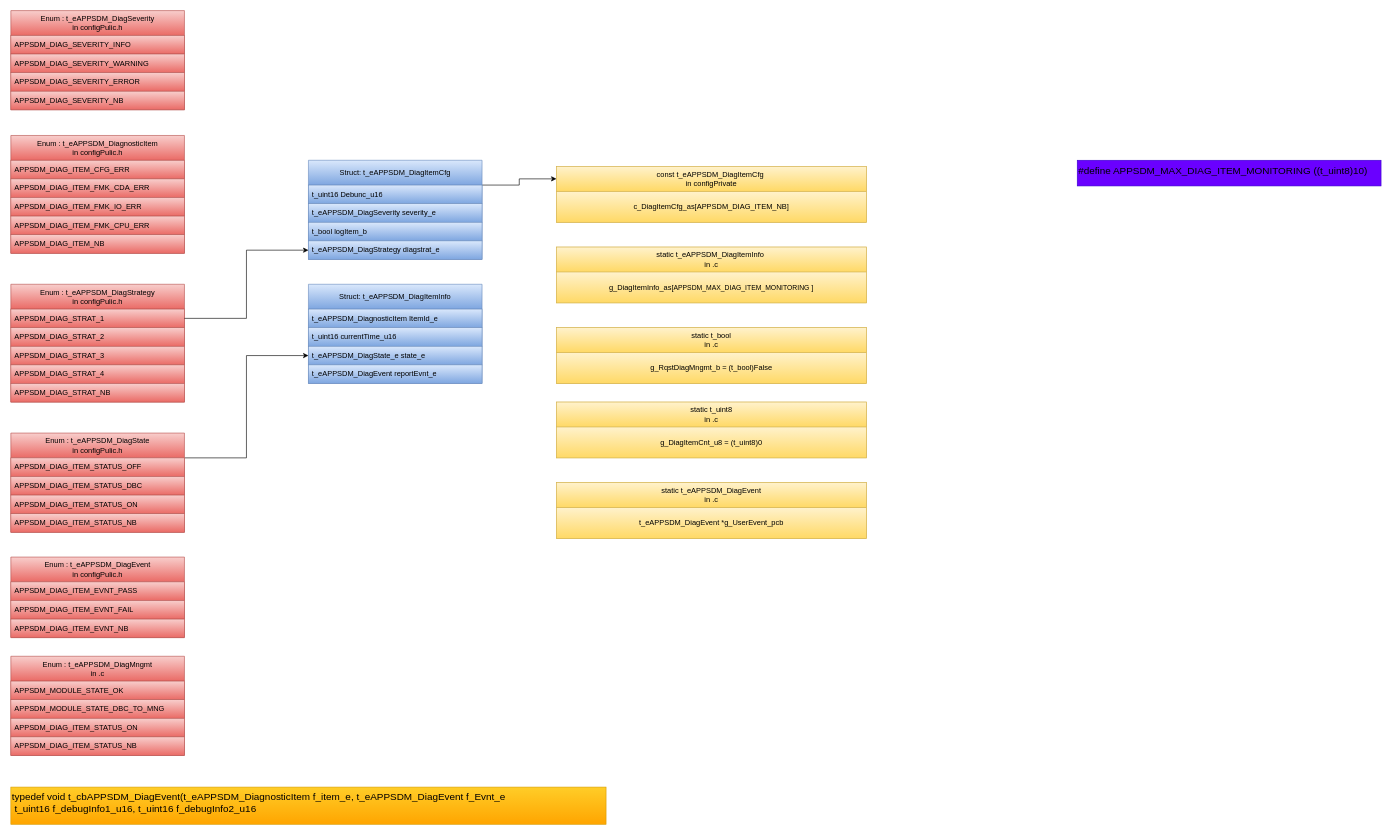
This is page "Type" (1 of 9) of src/3_APP/APP_CTRL/APP_SDM/Doc/Design/SystemDiagnosticMngmt.drawio from mbarbeau0545/PickersRobotPOC, a draw.io file, before an edit. Source tidied: cells renumbered, new cells numbered last; positions are measured from the earlier drawing's top-left corner, leaving out a move shared by most shapes. Both pictures are drawn from the tidied source at 62%, with x=0, y=0 at pixel (11, 11).
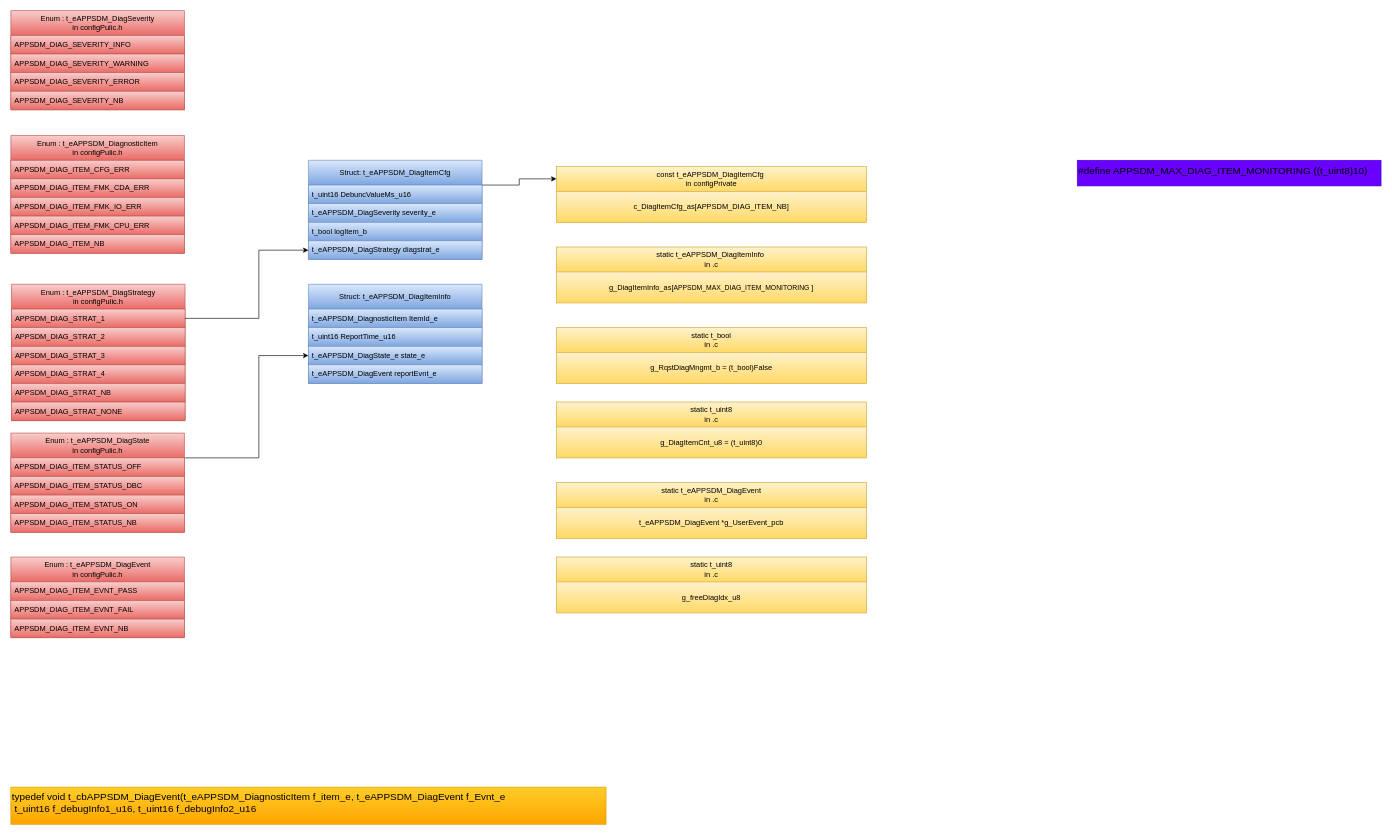
After the change.

The change refers to these unchanged cells:
```xml
<mxCell id="9" value="Struct: t_eAPPSDM_DiagItemCfg" style="swimlane;fontStyle=0;horizontal=1;startSize=40;whiteSpace=wrap;html=1;fillColor=#dae8fc;gradientColor=#7ea6e0;strokeColor=#6c8ebf;fontColor=#000000;" parent="1" vertex="1">
  <mxGeometry x="480" y="241" width="280" height="160" as="geometry" />
</mxCell>
<mxCell id="13" value="&lt;span style=&quot;text-align: center;&quot;&gt;t_eAPPSDM_DiagStrategy diagstrat_e&lt;/span&gt;" style="text;strokeColor=#6c8ebf;fillColor=#dae8fc;align=left;verticalAlign=middle;spacingLeft=4;spacingRight=4;overflow=hidden;points=[[0,0.5],[1,0.5]];portConstraint=eastwest;whiteSpace=wrap;html=1;gradientColor=#7ea6e0;fontColor=#000000;" parent="9" vertex="1">
  <mxGeometry y="130" width="280" height="30" as="geometry" />
</mxCell>
<mxCell id="15" value="APPSDM_DIAG_STRAT_1" style="text;strokeColor=#b85450;fillColor=#f8cecc;align=left;verticalAlign=middle;spacingLeft=4;spacingRight=4;overflow=hidden;points=[[0,0.5],[1,0.5]];portConstraint=eastwest;whiteSpace=wrap;html=1;gradientColor=#ea6b66;fontColor=#000000;" parent="14" vertex="1">
  <mxGeometry y="40" width="280" height="30" as="geometry" />
</mxCell>
<mxCell id="25" value="Struct: t_eAPPSDM_DiagItemInfo" style="swimlane;fontStyle=0;horizontal=1;startSize=40;whiteSpace=wrap;html=1;fillColor=#dae8fc;gradientColor=#7ea6e0;strokeColor=#6c8ebf;fontColor=#000000;" parent="1" vertex="1">
  <mxGeometry x="480" y="441" width="280" height="160" as="geometry" />
</mxCell>
<mxCell id="28" value="&lt;div style=&quot;text-align: center;&quot;&gt;&lt;span style=&quot;background-color: initial;&quot;&gt;t_eAPPSDM_DiagState_e state_e&lt;/span&gt;&lt;/div&gt;" style="text;strokeColor=#6c8ebf;fillColor=#dae8fc;align=left;verticalAlign=middle;spacingLeft=4;spacingRight=4;overflow=hidden;points=[[0,0.5],[1,0.5]];portConstraint=eastwest;whiteSpace=wrap;html=1;gradientColor=#7ea6e0;fontColor=#000000;" parent="25" vertex="1">
  <mxGeometry y="100" width="280" height="30" as="geometry" />
</mxCell>
<mxCell id="31" value="Enum : t_eAPPSDM_DiagState&lt;div&gt;in configPulic.h&lt;/div&gt;" style="swimlane;fontStyle=0;horizontal=1;startSize=40;whiteSpace=wrap;html=1;fillColor=#f8cecc;gradientColor=#ea6b66;strokeColor=#b85450;fontColor=#000000;" parent="1" vertex="1">
  <mxGeometry y="681" width="280" height="160" as="geometry" />
</mxCell>
```

Diff of the diagram source:
```diff
@@
-    <mxCell id="10" value="&lt;span style=&quot;text-align: center;&quot;&gt;t_uint16 Debunc_u16&lt;/span&gt;" style="text;strokeColor=#6c8ebf;fillColor=#dae8fc;align=left;verticalAlign=middle;spacingLeft=4;spacingRight=4;overflow=hidden;whiteSpace=wrap;html=1;gradientColor=#7ea6e0;fontColor=#000000;" parent="9" vertex="1">
+    <mxCell id="10" value="&lt;span style=&quot;text-align: center;&quot;&gt;t_uint16 DebuncValueMs_u16&lt;/span&gt;" style="text;strokeColor=#6c8ebf;fillColor=#dae8fc;align=left;verticalAlign=middle;spacingLeft=4;spacingRight=4;overflow=hidden;whiteSpace=wrap;html=1;gradientColor=#7ea6e0;fontColor=#000000;" parent="9" vertex="1">
       <mxGeometry y="40" width="280" height="30" as="geometry" />
     </mxCell>
@@
     <mxCell id="14" value="Enum : t_eAPPSDM_DiagStrategy&lt;div&gt;in configPulic.h&lt;/div&gt;" style="swimlane;fontStyle=0;horizontal=1;startSize=40;whiteSpace=wrap;html=1;fillColor=#f8cecc;gradientColor=#ea6b66;strokeColor=#b85450;fontColor=#000000;" parent="1" vertex="1">
-      <mxGeometry y="441" width="280" height="190" as="geometry" />
+      <mxGeometry x="1" y="441" width="280" height="220" as="geometry" />
     </mxCell>
@@
+    <mxCell id="68" value="APPSDM_DIAG_STRAT_NONE" style="text;strokeColor=#b85450;fillColor=#f8cecc;align=left;verticalAlign=middle;spacingLeft=4;spacingRight=4;overflow=hidden;whiteSpace=wrap;html=1;gradientColor=#ea6b66;fontColor=#000000;" parent="14" vertex="1">
+      <mxGeometry y="190" width="280" height="30" as="geometry" />
+    </mxCell>
@@
-    <mxCell id="27" value="&lt;span style=&quot;text-align: center;&quot;&gt;t_uint16 currentTime_u16&lt;/span&gt;" style="text;strokeColor=#6c8ebf;fillColor=#dae8fc;align=left;verticalAlign=middle;spacingLeft=4;spacingRight=4;overflow=hidden;whiteSpace=wrap;html=1;gradientColor=#7ea6e0;fontColor=#000000;" parent="25" vertex="1">
+    <mxCell id="27" value="&lt;span style=&quot;text-align: center;&quot;&gt;t_uint16 ReportTime_u16&lt;/span&gt;" style="text;strokeColor=#6c8ebf;fillColor=#dae8fc;align=left;verticalAlign=middle;spacingLeft=4;spacingRight=4;overflow=hidden;whiteSpace=wrap;html=1;gradientColor=#7ea6e0;fontColor=#000000;" parent="25" vertex="1">
       <mxGeometry y="70" width="280" height="30" as="geometry" />
     </mxCell>
@@
     <mxCell id="30" style="edgeStyle=orthogonalEdgeStyle;rounded=0;jettySize=auto;html=1;exitX=1;exitY=0.25;exitDx=0;exitDy=0;entryX=0;entryY=0.5;entryDx=0;entryDy=0;jumpStyle=arc;" parent="1" edge="1" source="31" target="28">
-      <mxGeometry relative="1" as="geometry" />
+      <mxGeometry relative="1" as="geometry">
+        <Array as="points">
+          <mxPoint x="400" y="721" />
+          <mxPoint x="400" y="556" />
+        </Array>
+      </mxGeometry>
     </mxCell>
@@
     <mxCell id="40" style="edgeStyle=orthogonalEdgeStyle;rounded=0;jettySize=auto;html=1;exitX=1;exitY=0.5;exitDx=0;exitDy=0;entryX=0;entryY=0.5;entryDx=0;entryDy=0;jumpStyle=arc;" parent="1" edge="1" source="15" target="13">
-      <mxGeometry relative="1" as="geometry" />
+      <mxGeometry relative="1" as="geometry">
+        <Array as="points">
+          <mxPoint x="400" y="496" />
+          <mxPoint x="400" y="386" />
+        </Array>
+      </mxGeometry>
     </mxCell>
@@
-    <mxCell id="59" value="Enum : t_eAPPSDM_DiagMngmt&lt;div&gt;in .c&lt;/div&gt;" style="swimlane;fontStyle=0;horizontal=1;startSize=40;whiteSpace=wrap;html=1;fillColor=#f8cecc;gradientColor=#ea6b66;strokeColor=#b85450;fontColor=#000000;" parent="1" vertex="1">
-      <mxGeometry y="1041" width="280" height="160" as="geometry" />
-    </mxCell>
-    <mxCell id="60" value="APPSDM_MODULE_STATE_OK" style="text;strokeColor=#b85450;fillColor=#f8cecc;align=left;verticalAlign=middle;spacingLeft=4;spacingRight=4;overflow=hidden;whiteSpace=wrap;html=1;gradientColor=#ea6b66;fontColor=#000000;" parent="59" vertex="1">
-      <mxGeometry y="40" width="280" height="30" as="geometry" />
-    </mxCell>
-    <mxCell id="61" value="APPSDM_MODULE_STATE_DBC_TO_MNG" style="text;strokeColor=#b85450;fillColor=#f8cecc;align=left;verticalAlign=middle;spacingLeft=4;spacingRight=4;overflow=hidden;whiteSpace=wrap;html=1;gradientColor=#ea6b66;fontColor=#000000;" parent="59" vertex="1">
-      <mxGeometry y="70" width="280" height="30" as="geometry" />
-    </mxCell>
-    <mxCell id="62" value="APPSDM_DIAG_ITEM_STATUS_ON" style="text;strokeColor=#b85450;fillColor=#f8cecc;align=left;verticalAlign=middle;spacingLeft=4;spacingRight=4;overflow=hidden;whiteSpace=wrap;html=1;gradientColor=#ea6b66;fontColor=#000000;" parent="59" vertex="1">
-      <mxGeometry y="100" width="280" height="30" as="geometry" />
-    </mxCell>
-    <mxCell id="63" value="APPSDM_DIAG_ITEM_STATUS_NB" style="text;strokeColor=#b85450;fillColor=#f8cecc;align=left;verticalAlign=middle;spacingLeft=4;spacingRight=4;overflow=hidden;whiteSpace=wrap;html=1;gradientColor=#ea6b66;fontColor=#000000;" parent="59" vertex="1">
-      <mxGeometry y="130" width="280" height="30" as="geometry" />
-    </mxCell>
@@
+    <mxCell id="69" style="group;fontSize=12;" parent="1" vertex="1">
+      <mxGeometry x="880" y="881" width="500" height="90" as="geometry" />
+    </mxCell>
+    <mxCell id="70" style="rounded=0;whiteSpace=wrap;html=1;fillColor=#fff2cc;gradientColor=#ffd966;strokeColor=#d6b656;fontColor=#000000;fontSize=12;" parent="69" vertex="1">
+      <mxGeometry width="500" height="90" as="geometry" />
+    </mxCell>
+    <mxCell id="71" value="g_freeDiagIdx_u8" style="rounded=0;whiteSpace=wrap;html=1;fillColor=#fff2cc;gradientColor=#ffd966;strokeColor=#d6b656;fontColor=#000000;fontSize=12;" parent="69" vertex="1">
+      <mxGeometry y="40" width="500" height="50" as="geometry" />
+    </mxCell>
+    <mxCell id="72" value="static t_uint8&lt;div&gt;in .c&lt;/div&gt;" style="rounded=0;whiteSpace=wrap;html=1;fillColor=#fff2cc;gradientColor=#ffd966;strokeColor=#d6b656;fontColor=#000000;fontSize=12;" parent="69" vertex="1">
+      <mxGeometry width="500" height="40" as="geometry" />
+    </mxCell>
```
